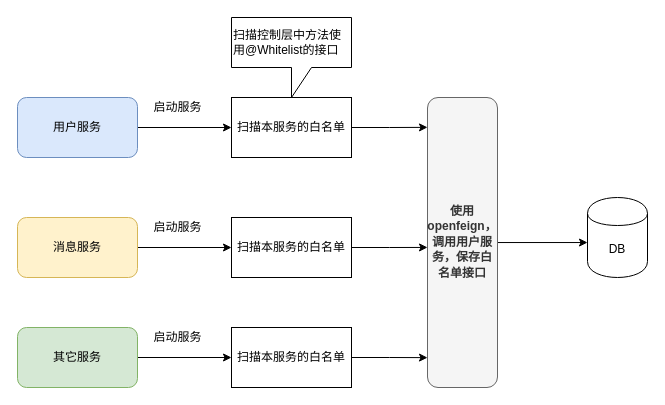
Above: README/drawio/服务添加白名单接口.drawio in GitHubFeiLong/goudong-java (draw.io), before the change. Source tidied: cells renumbered, new cells numbered last; positions are measured from the earlier drawing's top-left corner, leaving out a move shared by most shapes. Both pictures are drawn from the tidied source at 100%, with x=0, y=0 at pixel (17, 17).
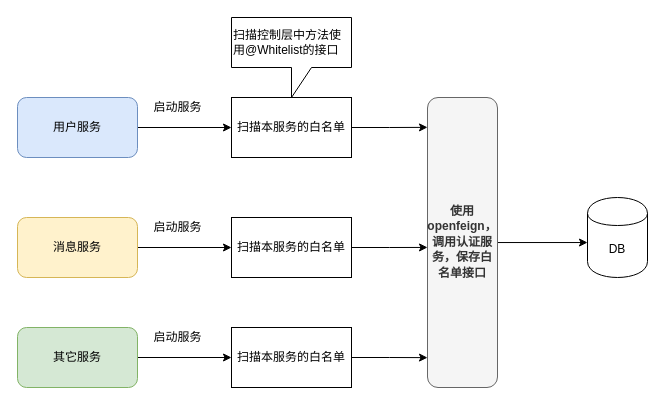
The same diagram, later.

Change to the diagram source:
```diff
@@
-    <mxCell id="19" value="&lt;p style=&quot;line-height: 130%&quot;&gt;使用openfeign，调用用户服务，&lt;span&gt;保存&lt;/span&gt;&lt;span&gt;白名单接口&lt;/span&gt;&lt;/p&gt;" style="rounded=1;whiteSpace=wrap;html=1;fontStyle=1;horizontal=1;verticalAlign=middle;align=center;fillColor=#f5f5f5;strokeColor=#666666;fontColor=#333333;" parent="1" vertex="1">
+    <mxCell id="19" value="&lt;p style=&quot;line-height: 130%&quot;&gt;使用openfeign，调用认证服务，&lt;span&gt;保存&lt;/span&gt;&lt;span&gt;白名单接口&lt;/span&gt;&lt;/p&gt;" style="rounded=1;whiteSpace=wrap;html=1;fontStyle=1;horizontal=1;verticalAlign=middle;align=center;fillColor=#f5f5f5;strokeColor=#666666;fontColor=#333333;" parent="1" vertex="1">
       <mxGeometry x="410" y="80" width="70" height="290" as="geometry" />
     </mxCell>
```
